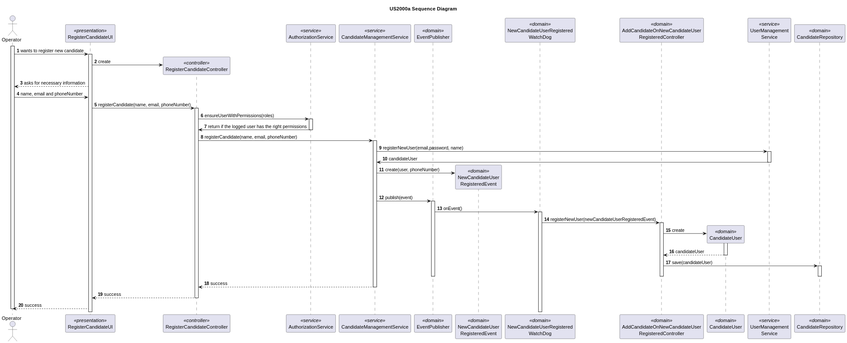
This is docs/sb_us_2000a/US2000a_SD/sd-us-2000a.svg from rita-barbosa/LAPR4-2324, a PlantUML export, as it was before one commit.
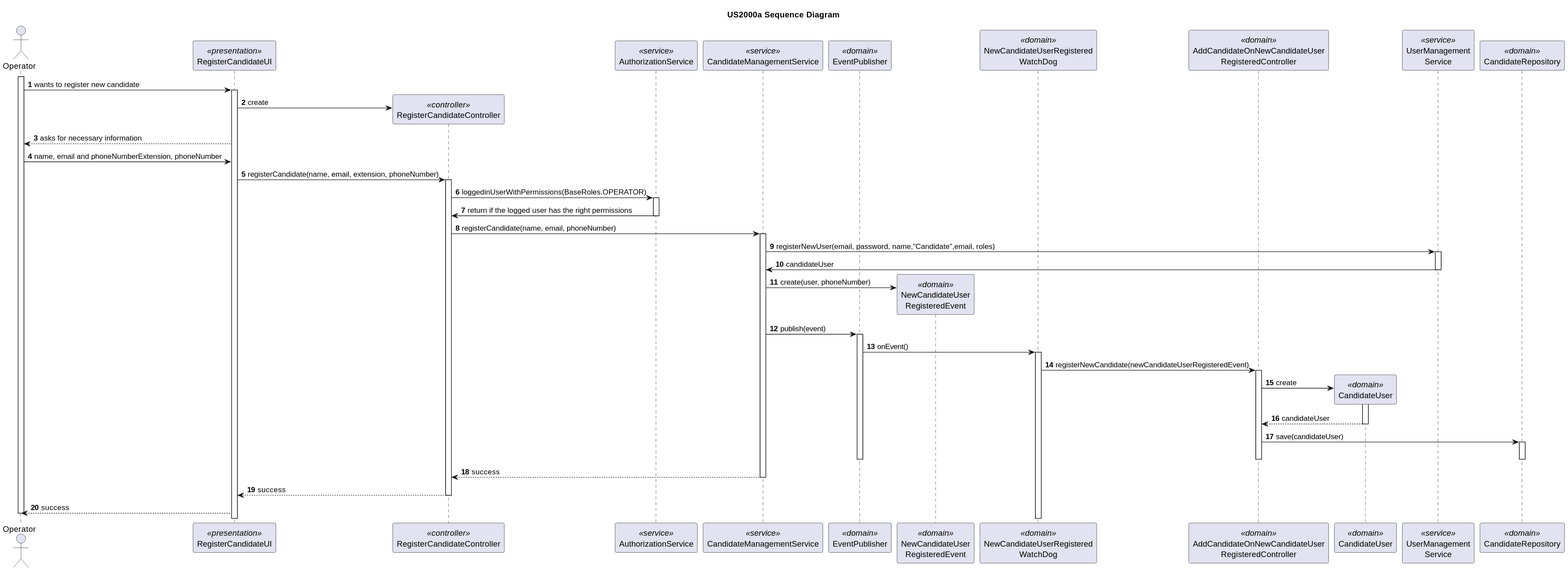
The same diagram one commit later.

The edit, as a diff of the source:
```diff
@@ -31,13 +31,13 @@
 UI --> USER: asks for necessary information
 
 
-USER -> UI: name, email and phoneNumber
-UI -> CTRL: registerCandidate(name, email, phoneNumber)
+USER -> UI: name, email and phoneNumberExtension, phoneNumber
+UI -> CTRL: registerCandidate(name, email, extension, phoneNumber)
 activate CTRL
 
 
 
-CTRL -> AUTHZ:  ensureUserWithPermissions(roles)
+CTRL -> AUTHZ:  loggedinUserWithPermissions(BaseRoles.OPERATOR)
 activate AUTHZ
 
 AUTHZ -> CTRL:  return if the logged user has the right permissions
@@ -47,7 +47,7 @@
 activate CMS
 
 
-CMS -> UMS: registerNewUser(email,password, name)
+CMS -> UMS: registerNewUser(email, password, name,"Candidate",email, roles)
 activate UMS
 UMS -> CMS: candidateUser
 deactivate UMS
@@ -61,7 +61,7 @@
 EP -> WD: onEvent()
 activate WD
 
-WD -> CTRL_EVENT: registerNewUser(newCandidateUserRegisteredEvent)
+WD -> CTRL_EVENT: registerNewCandidate(newCandidateUserRegisteredEvent)
 activate CTRL_EVENT
 
 CTRL_EVENT -> CUser**: create
```
